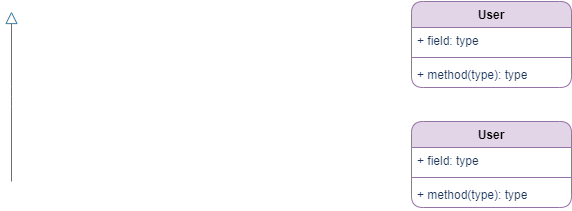
This is UML class diagram.drawio.png from zainy0805/SE_Assignment_project, a draw.io export, as it was before one commit. Source tidied: cells renumbered, new cells last; positions are measured from the earlier drawing's top-left corner, leaving out a move shared by most shapes.
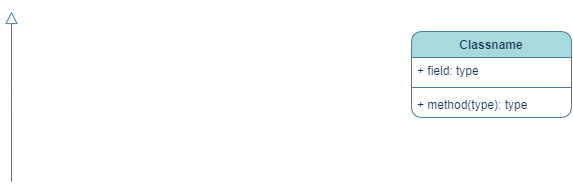
After the change.

What changed in the source:
```diff
@@ -8,29 +8,17 @@
         <mxPoint y="10" as="targetPoint" />
       </mxGeometry>
     </mxCell>
-    <mxCell id="3" value="User" style="swimlane;fontStyle=1;align=center;verticalAlign=top;horizontal=1;startSize=26;whiteSpace=wrap;html=1;strokeColor=#9673a6;fillColor=#e1d5e7;rounded=1;" parent="1" vertex="1">
-      <mxGeometry x="400" width="160" height="86" as="geometry" />
-    </mxCell>
-    <mxCell id="4" value="+ field: type" style="text;strokeColor=none;fillColor=none;align=left;verticalAlign=top;spacingLeft=4;spacingRight=4;overflow=hidden;whiteSpace=wrap;html=1;fontColor=#1D3557;rounded=1;" parent="3" vertex="1">
-      <mxGeometry y="26" width="160" height="26" as="geometry" />
-    </mxCell>
-    <mxCell id="5" style="line;strokeWidth=1;fillColor=none;align=left;verticalAlign=middle;spacingTop=-1;spacingLeft=3;spacingRight=3;labelPosition=right;strokeColor=inherit;fontColor=#1D3557;rounded=1;" parent="3" vertex="1">
-      <mxGeometry y="52" width="160" height="8" as="geometry" />
-    </mxCell>
-    <mxCell id="6" value="+ method(type): type" style="text;strokeColor=none;fillColor=none;align=left;verticalAlign=top;spacingLeft=4;spacingRight=4;overflow=hidden;whiteSpace=wrap;html=1;fontColor=#1D3557;rounded=1;" parent="3" vertex="1">
-      <mxGeometry y="60" width="160" height="26" as="geometry" />
-    </mxCell>
-    <mxCell id="7" value="User" style="swimlane;fontStyle=1;align=center;verticalAlign=top;horizontal=1;startSize=26;whiteSpace=wrap;html=1;strokeColor=#9673a6;fillColor=#e1d5e7;rounded=1;" parent="1" vertex="1">
-      <mxGeometry x="400" y="120" width="160" height="86" as="geometry" />
-    </mxCell>
-    <mxCell id="8" value="+ field: type" style="text;strokeColor=none;fillColor=none;align=left;verticalAlign=top;spacingLeft=4;spacingRight=4;overflow=hidden;whiteSpace=wrap;html=1;fontColor=#1D3557;rounded=1;" parent="7" vertex="1">
-      <mxGeometry y="26" width="160" height="26" as="geometry" />
-    </mxCell>
-    <mxCell id="9" style="line;strokeWidth=1;fillColor=none;align=left;verticalAlign=middle;spacingTop=-1;spacingLeft=3;spacingRight=3;labelPosition=right;strokeColor=inherit;fontColor=#1D3557;rounded=1;" parent="7" vertex="1">
-      <mxGeometry y="52" width="160" height="8" as="geometry" />
-    </mxCell>
-    <mxCell id="10" value="+ method(type): type" style="text;strokeColor=none;fillColor=none;align=left;verticalAlign=top;spacingLeft=4;spacingRight=4;overflow=hidden;whiteSpace=wrap;html=1;fontColor=#1D3557;rounded=1;" parent="7" vertex="1">
-      <mxGeometry y="60" width="160" height="26" as="geometry" />
-    </mxCell>
+    <mxCell id="11" value="Classname" style="swimlane;fontStyle=1;align=center;verticalAlign=top;horizontal=1;startSize=26;whiteSpace=wrap;html=1;rounded=1;strokeColor=#457B9D;fontColor=#1D3557;fillColor=#A8DADC;" parent="1" vertex="1">
+      <mxGeometry x="400" y="30" width="160" height="86" as="geometry" />
+    </mxCell>
+    <mxCell id="12" value="+ field: type" style="text;strokeColor=none;fillColor=none;align=left;verticalAlign=top;spacingLeft=4;spacingRight=4;overflow=hidden;whiteSpace=wrap;html=1;fontColor=#1D3557;" parent="11" vertex="1">
+      <mxGeometry y="26" width="160" height="26" as="geometry" />
+    </mxCell>
+    <mxCell id="13" style="line;strokeWidth=1;fillColor=none;align=left;verticalAlign=middle;spacingTop=-1;spacingLeft=3;spacingRight=3;labelPosition=right;strokeColor=inherit;rounded=1;fontColor=#1D3557;" parent="11" vertex="1">
+      <mxGeometry y="52" width="160" height="8" as="geometry" />
+    </mxCell>
+    <mxCell id="14" value="+ method(type): type" style="text;strokeColor=none;fillColor=none;align=left;verticalAlign=top;spacingLeft=4;spacingRight=4;overflow=hidden;whiteSpace=wrap;html=1;fontColor=#1D3557;" parent="11" vertex="1">
+      <mxGeometry y="60" width="160" height="26" as="geometry" />
+    </mxCell>
   </root>
 </mxGraphModel>
```
